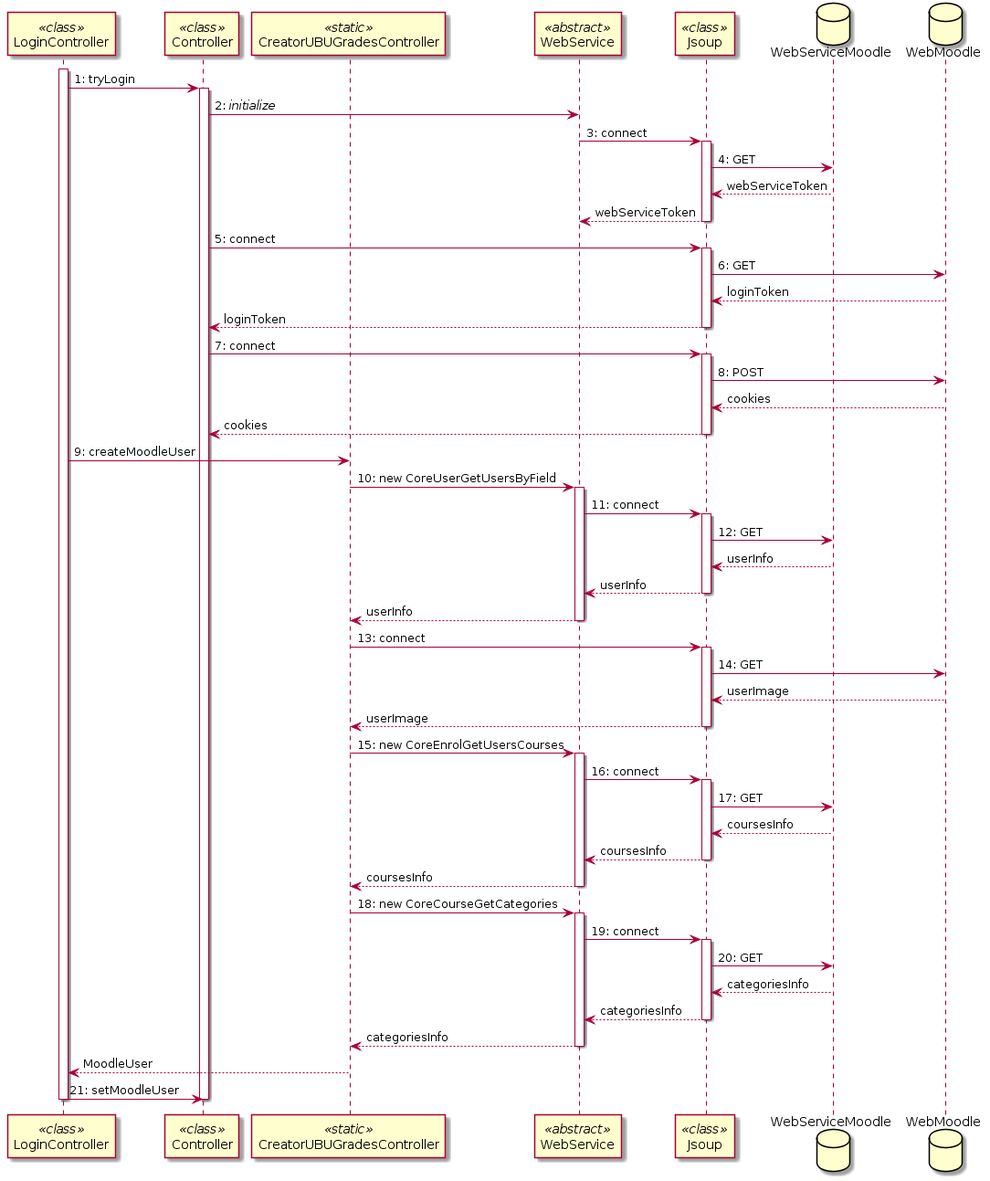
Earlier version of the PlantUML export latex/img/diagrama_secuencia_login.png (yjx0003/UBUMonitor).
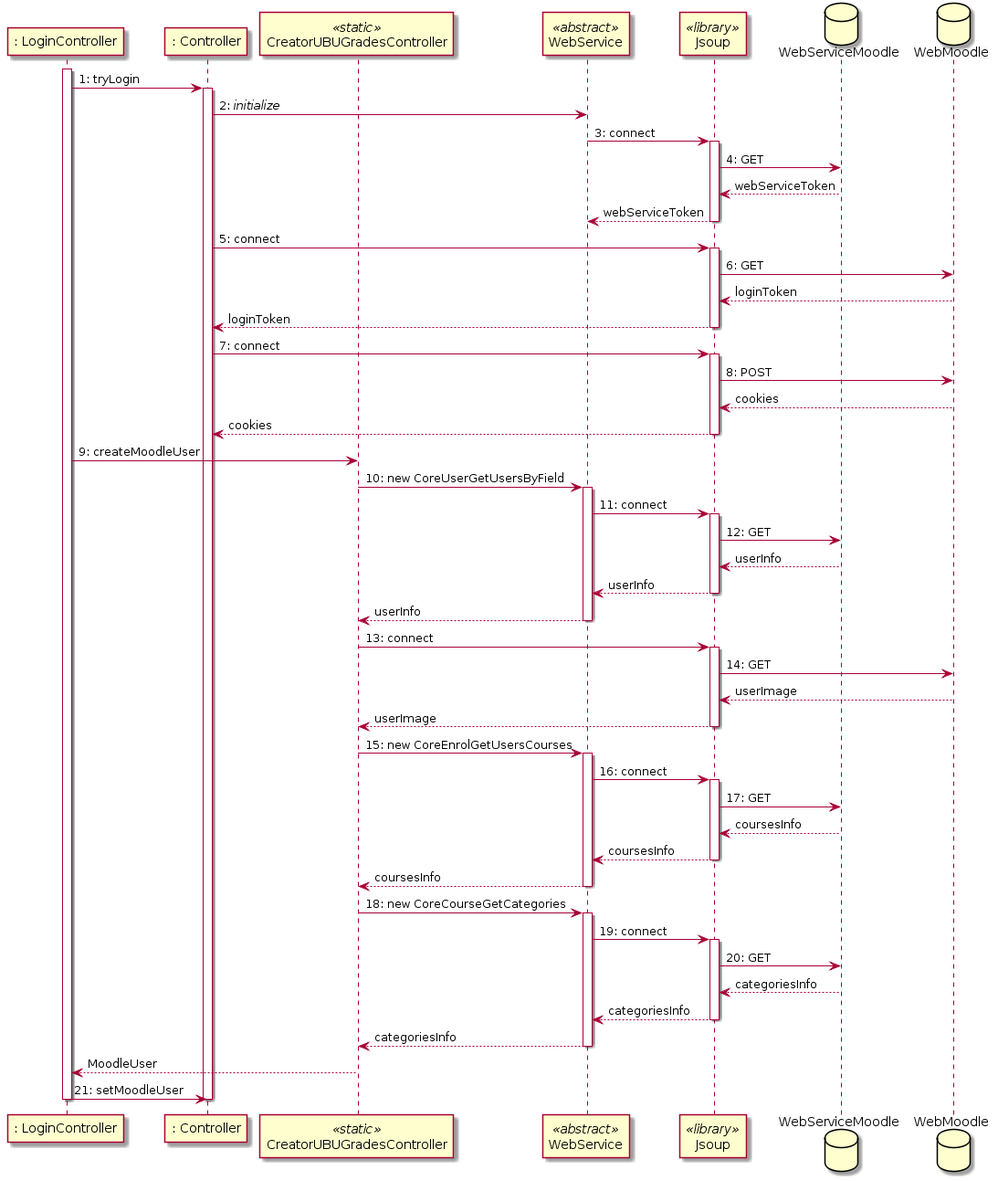
Above is the later version.

What changed in the source:
```diff
@@ -1,9 +1,9 @@
 @startuml
-participant LoginController <<class>>
-participant Controller <<class>>
+participant ": LoginController" as LoginController
+participant ": Controller" as Controller
 participant CreatorUBUGradesController <<static>>
 participant WebService <<abstract>>
-participant Jsoup <<class>>
+participant Jsoup <<library>>
 database WebServiceMoodle
 database WebMoodle
 activate LoginController
```
